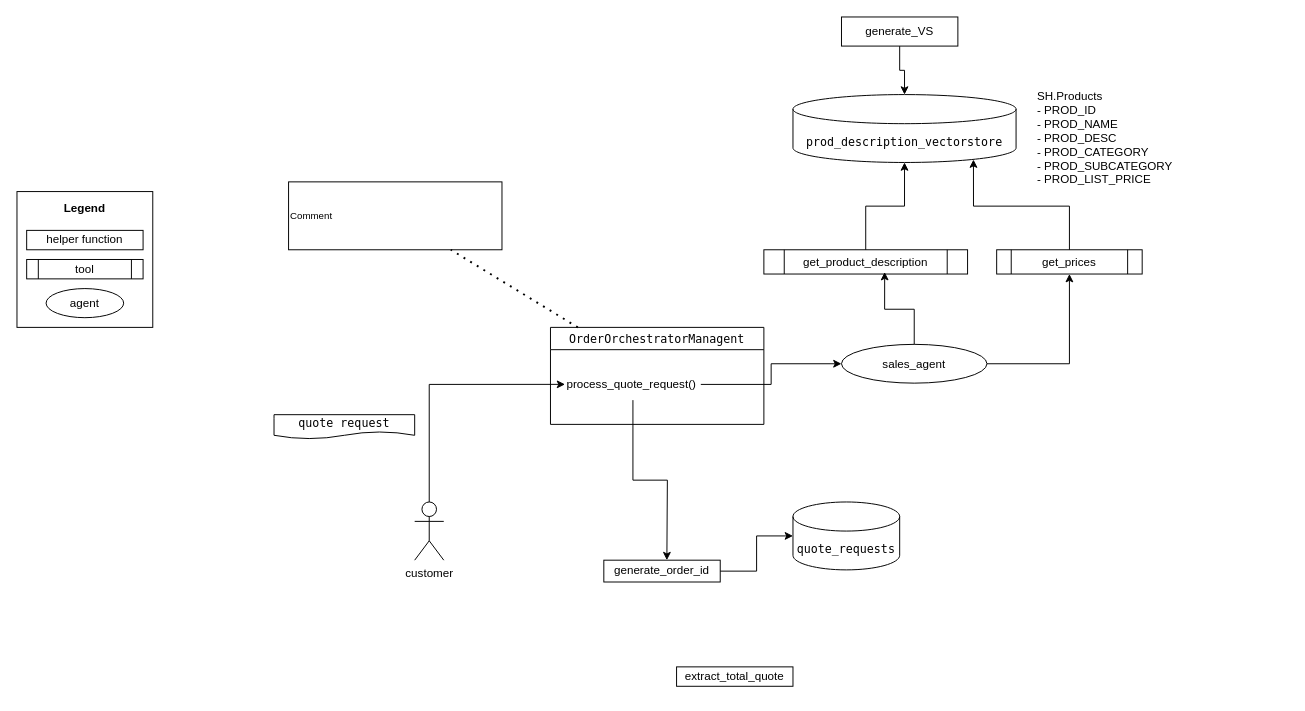
Before: Project.drawio in corradodebari/wayflow_samples, a draw.io diagram. Source tidied: cells renumbered, new cells numbered last; positions are measured from the earlier drawing's top-left corner, leaving out a move shared by most shapes. Both pictures are drawn from the tidied source at 97%, with x=0, y=0 at pixel (16, 16).
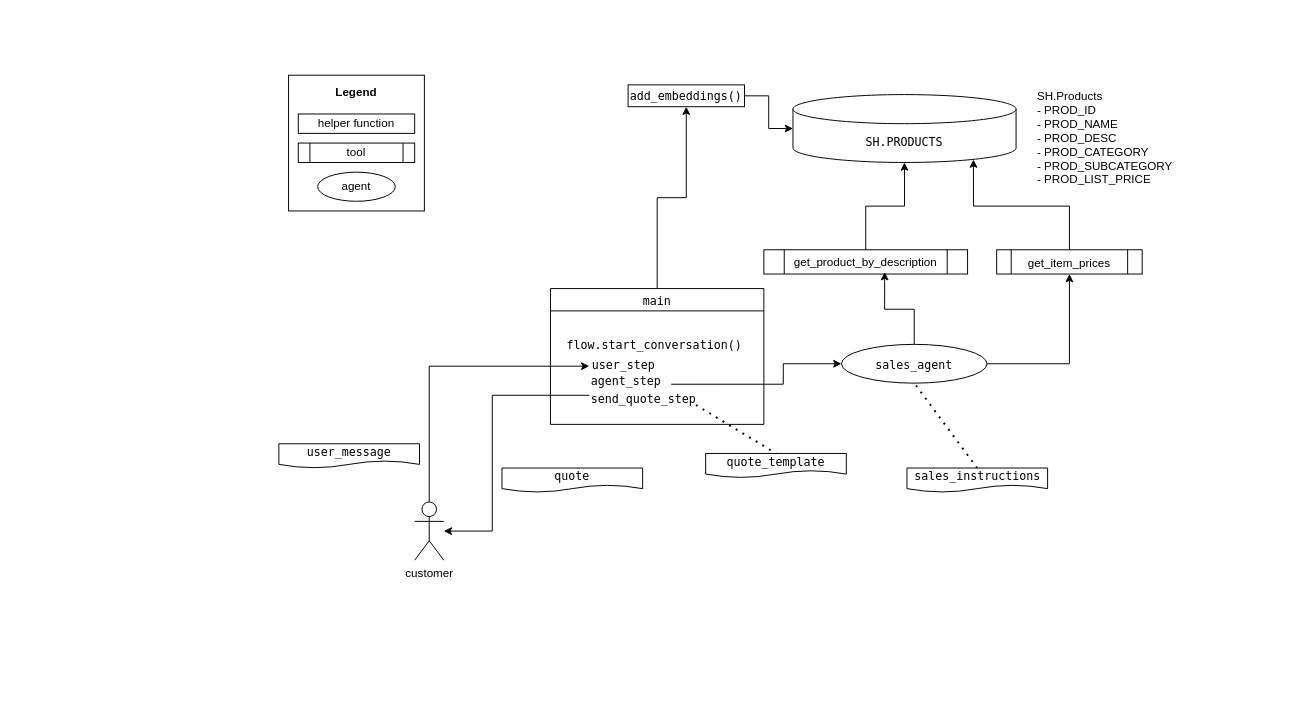
The same diagram, later.

The change refers to these unchanged cells:
```xml
<mxCell id="2" value="customer" style="shape=umlActor;verticalLabelPosition=bottom;verticalAlign=top;html=1;outlineConnect=0;" parent="1" vertex="1">
  <mxGeometry x="410" y="500" width="30" height="60" as="geometry" />
</mxCell>
```

What changed in the source:
```diff
@@
-    <mxCell id="3" value="&lt;div style=&quot;background-color: rgb(255, 255, 255); font-family: Menlo, Monaco, &amp;quot;Courier New&amp;quot;, monospace; line-height: 18px; white-space: pre;&quot;&gt;quote_requests&lt;/div&gt;" style="shape=cylinder3;whiteSpace=wrap;html=1;boundedLbl=1;backgroundOutline=1;size=15;" parent="1" vertex="1">
-      <mxGeometry x="800" y="500" width="110" height="70" as="geometry" />
-    </mxCell>
-    <mxCell id="4" value="&lt;span style=&quot;font-family: Menlo, Monaco, &amp;quot;Courier New&amp;quot;, monospace; white-space: pre; background-color: rgb(255, 255, 255);&quot;&gt;quote request&lt;/span&gt;" style="shape=document;whiteSpace=wrap;html=1;boundedLbl=1;" parent="1" vertex="1">
-      <mxGeometry x="265" y="410" width="145" height="25" as="geometry" />
+    <mxCell id="4" value="&lt;span style=&quot;font-family: Menlo, Monaco, &amp;quot;Courier New&amp;quot;, monospace; white-space: pre; background-color: rgb(255, 255, 255);&quot;&gt;user_message&lt;/span&gt;" style="shape=document;whiteSpace=wrap;html=1;boundedLbl=1;" parent="1" vertex="1">
+      <mxGeometry x="270" y="440" width="145" height="25" as="geometry" />
     </mxCell>
-    <mxCell id="5" style="edgeStyle=orthogonalEdgeStyle;rounded=0;jettySize=auto;html=1;entryX=0;entryY=0.5;entryDx=0;entryDy=0;" parent="1" edge="1" source="2" target="12">
+    <mxCell id="5" style="edgeStyle=orthogonalEdgeStyle;rounded=0;jettySize=auto;html=1;entryX=0;entryY=0;entryDx=0;entryDy=0;" parent="1" edge="1" source="2" target="38">
       <mxGeometry relative="1" as="geometry">
         <Array as="points">
-          <mxPoint x="425" y="539" />
+          <mxPoint x="425" y="360" />
         </Array>
       </mxGeometry>
     </mxCell>
+    <mxCell id="36" style="edgeStyle=orthogonalEdgeStyle;rounded=0;jettySize=auto;html=1;" parent="1" edge="1" source="6" target="29">
+      <mxGeometry relative="1" as="geometry" />
+    </mxCell>
-    <mxCell id="6" value="generate_order_id" style="rounded=0;whiteSpace=wrap;html=1;" parent="1" vertex="1">
-      <mxGeometry x="605" y="560" width="120" height="22.5" as="geometry" />
+    <mxCell id="6" value="&lt;div style=&quot;background-color: rgb(255, 255, 255); font-family: Menlo, Monaco, &amp;quot;Courier New&amp;quot;, monospace; line-height: 18px; white-space: pre;&quot;&gt;add_embeddings()&lt;/div&gt;" style="rounded=0;whiteSpace=wrap;html=1;" parent="1" vertex="1">
+      <mxGeometry x="630" y="70" width="120" height="22.5" as="geometry" />
     </mxCell>
-    <mxCell id="7" value="&lt;span style=&quot;text-align: left; white-space: pre; background-color: rgb(255, 255, 255);&quot;&gt;&lt;font face=&quot;Helvetica&quot;&gt;get_product_description&lt;/font&gt;&lt;/span&gt;" style="shape=process;whiteSpace=wrap;html=1;backgroundOutline=1;" parent="1" vertex="1">
+    <mxCell id="7" value="&lt;span style=&quot;text-align: left; white-space: pre; background-color: rgb(255, 255, 255);&quot;&gt;&lt;font face=&quot;Helvetica&quot;&gt;get_product_by_description&lt;/font&gt;&lt;/span&gt;" style="shape=process;whiteSpace=wrap;html=1;backgroundOutline=1;" parent="1" vertex="1">
       <mxGeometry x="770" y="240" width="210" height="25" as="geometry" />
     </mxCell>
@@
-    <mxCell id="9" value="sales_agent" style="ellipse;whiteSpace=wrap;html=1;" parent="1" vertex="1">
+    <mxCell id="9" value="&lt;div style=&quot;background-color: rgb(255, 255, 255); font-family: Menlo, Monaco, &amp;quot;Courier New&amp;quot;, monospace; line-height: 18px; white-space: pre;&quot;&gt;sales_agent&lt;/div&gt;" style="ellipse;whiteSpace=wrap;html=1;" parent="1" vertex="1">
       <mxGeometry x="850" y="337.5" width="150" height="40" as="geometry" />
     </mxCell>
@@
+    <mxCell id="37" style="edgeStyle=orthogonalEdgeStyle;rounded=0;jettySize=auto;html=1;entryX=0.5;entryY=1;entryDx=0;entryDy=0;" parent="1" edge="1" source="11" target="6">
+      <mxGeometry relative="1" as="geometry" />
+    </mxCell>
-    <mxCell id="11" value="&lt;div style=&quot;background-color: rgb(255, 255, 255); font-family: Menlo, Monaco, &amp;quot;Courier New&amp;quot;, monospace; font-weight: normal; line-height: 18px; white-space: pre;&quot;&gt;OrderOrchestratorManagent&lt;/div&gt;" style="swimlane;whiteSpace=wrap;html=1;" parent="1" vertex="1">
-      <mxGeometry x="550" y="320" width="220" height="100" as="geometry" />
+    <mxCell id="11" value="&lt;div style=&quot;background-color: rgb(255, 255, 255); font-family: Menlo, Monaco, &amp;quot;Courier New&amp;quot;, monospace; font-weight: normal; line-height: 18px; white-space: pre;&quot;&gt;main&lt;/div&gt;" style="swimlane;whiteSpace=wrap;html=1;" parent="1" vertex="1">
+      <mxGeometry x="550" y="280" width="220" height="140" as="geometry" />
     </mxCell>
-    <mxCell id="12" value="&lt;div style=&quot;color: rgb(0, 0, 0); background-color: rgb(255, 255, 255); font-weight: normal; font-size: 12px; line-height: 18px; white-space: pre;&quot;&gt;&lt;div style=&quot;&quot;&gt;&lt;span style=&quot;color: rgb(0, 0, 0);&quot;&gt;&lt;font face=&quot;Helvetica&quot;&gt;process_quote_request()&lt;/font&gt;&lt;/span&gt;&lt;/div&gt;&lt;/div&gt;" style="text;whiteSpace=wrap;html=1;" parent="11" vertex="1">
+    <mxCell id="12" value="&lt;div style=&quot;color: rgb(0, 0, 0); background-color: rgb(255, 255, 255); font-weight: normal; font-size: 12px; line-height: 18px; white-space: pre;&quot;&gt;&lt;div style=&quot;&quot;&gt;&lt;div style=&quot;font-family: Menlo, Monaco, &amp;quot;Courier New&amp;quot;, monospace; line-height: 18px;&quot;&gt;flow.start_conversation()&lt;/div&gt;&lt;/div&gt;&lt;/div&gt;" style="text;whiteSpace=wrap;html=1;" parent="11" vertex="1">
       <mxGeometry x="15" y="42.5" width="140" height="32.5" as="geometry" />
     </mxCell>
-    <mxCell id="13" style="edgeStyle=orthogonalEdgeStyle;rounded=0;jettySize=auto;html=1;" parent="1" edge="1" source="12">
-      <mxGeometry relative="1" as="geometry">
-        <mxPoint x="670" y="560" as="targetPoint" />
-      </mxGeometry>
-    </mxCell>
-    <mxCell id="14" value="extract_total_quote" style="whiteSpace=wrap;html=1;" parent="1" vertex="1">
-      <mxGeometry x="680" y="670" width="120" height="20" as="geometry" />
-    </mxCell>
+    <mxCell id="38" value="&lt;div style=&quot;color: #000000;background-color: #ffffff;font-family: Menlo, Monaco, 'Courier New', monospace;font-weight: normal;font-size: 12px;line-height: 18px;white-space: pre;&quot;&gt;&lt;div&gt;&lt;span style=&quot;color: #000000;&quot;&gt;agent_step&lt;/span&gt;&lt;/div&gt;&lt;/div&gt;" style="text;whiteSpace=wrap;html=1;" parent="11" vertex="1">
+      <mxGeometry x="40" y="80" width="110" height="42" as="geometry" />
+    </mxCell>
+    <mxCell id="39" value="&lt;div style=&quot;color: #000000;background-color: #ffffff;font-family: Menlo, Monaco, 'Courier New', monospace;font-weight: normal;font-size: 12px;line-height: 18px;white-space: pre;&quot;&gt;&lt;div&gt;&lt;span style=&quot;color: #000000;&quot;&gt;send_quote_step&lt;/span&gt;&lt;/div&gt;&lt;/div&gt;" style="text;whiteSpace=wrap;html=1;" parent="11" vertex="1">
+      <mxGeometry x="40" y="97.5" width="140" height="40" as="geometry" />
+    </mxCell>
+    <mxCell id="40" value="&lt;div style=&quot;color: #000000;background-color: #ffffff;font-family: Menlo, Monaco, 'Courier New', monospace;font-weight: normal;font-size: 12px;line-height: 18px;white-space: pre;&quot;&gt;&lt;div&gt;&lt;span style=&quot;color: #000000;&quot;&gt;user_step&lt;/span&gt;&lt;/div&gt;&lt;/div&gt;" style="text;whiteSpace=wrap;html=1;" parent="11" vertex="1">
+      <mxGeometry x="41" y="62.5" width="100" height="40" as="geometry" />
+    </mxCell>
-    <mxCell id="15" style="edgeStyle=orthogonalEdgeStyle;rounded=0;orthogonalLoop=1;jettySize=auto;html=1;exitX=0.5;exitY=1;exitDx=0;exitDy=0;" parent="1" edge="1" source="14" target="14">
-      <mxGeometry relative="1" as="geometry" />
+    <mxCell id="15" style="edgeStyle=orthogonalEdgeStyle;rounded=0;orthogonalLoop=1;jettySize=auto;html=1;exitX=0.5;exitY=1;exitDx=0;exitDy=0;" parent="1" edge="1">
+      <mxGeometry relative="1" as="geometry">
+        <mxPoint x="740" y="690" as="sourcePoint" />
+        <mxPoint x="740" y="690" as="targetPoint" />
+      </mxGeometry>
     </mxCell>
@@
-    <mxCell id="18" value="&lt;span style=&quot;font-size: 10px;&quot;&gt;Comment&lt;/span&gt;" style="text;html=1;whiteSpace=wrap;strokeColor=default;fillColor=none;align=left;verticalAlign=middle;rounded=0;" parent="1" vertex="1">
-      <mxGeometry x="280" y="170" width="220" height="70" as="geometry" />
-    </mxCell>
-    <mxCell id="19" style="edgeStyle=orthogonalEdgeStyle;rounded=0;orthogonalLoop=1;jettySize=auto;html=1;exitX=0.5;exitY=1;exitDx=0;exitDy=0;" parent="1" edge="1" source="18" target="18">
-      <mxGeometry relative="1" as="geometry" />
+    <mxCell id="19" style="edgeStyle=orthogonalEdgeStyle;rounded=0;orthogonalLoop=1;jettySize=auto;html=1;exitX=0.5;exitY=1;exitDx=0;exitDy=0;" parent="1" edge="1">
+      <mxGeometry relative="1" as="geometry">
+        <mxPoint x="390" y="240" as="sourcePoint" />
+        <mxPoint x="390" y="240" as="targetPoint" />
+      </mxGeometry>
     </mxCell>
-    <mxCell id="20" style="endArrow=none;dashed=1;html=1;dashPattern=1 3;strokeWidth=2;rounded=0;" parent="1" edge="1" source="11" target="18">
-      <mxGeometry relative="1" as="geometry" />
-    </mxCell>
     <mxCell id="21" style="group;" parent="1" vertex="1">
-      <mxGeometry y="180" width="140" height="140" as="geometry" />
+      <mxGeometry x="280" y="60" width="140" height="140" as="geometry" />
     </mxCell>
@@
-    <mxCell id="27" style="edgeStyle=orthogonalEdgeStyle;rounded=0;jettySize=auto;html=1;entryX=0;entryY=0.5;entryDx=0;entryDy=0;entryPerimeter=0;" parent="1" edge="1" source="6" target="3">
-      <mxGeometry relative="1" as="geometry" />
-    </mxCell>
-    <mxCell id="28" value="&lt;span style=&quot;text-align: left; white-space: pre; background-color: rgb(255, 255, 255);&quot;&gt;&lt;font face=&quot;Helvetica&quot;&gt;get_prices&lt;/font&gt;&lt;/span&gt;" style="shape=process;whiteSpace=wrap;html=1;backgroundOutline=1;" parent="1" vertex="1">
+    <mxCell id="28" value="&lt;div style=&quot;background-color: rgb(255, 255, 255); line-height: 18px; white-space: pre;&quot;&gt;&lt;font face=&quot;Helvetica&quot;&gt;get_item_prices&lt;/font&gt;&lt;/div&gt;" style="shape=process;whiteSpace=wrap;html=1;backgroundOutline=1;" parent="1" vertex="1">
       <mxGeometry x="1010" y="240" width="150" height="25" as="geometry" />
     </mxCell>
-    <mxCell id="29" value="&lt;div style=&quot;background-color: rgb(255, 255, 255); font-family: Menlo, Monaco, &amp;quot;Courier New&amp;quot;, monospace; line-height: 18px; white-space: pre;&quot;&gt;prod_description_vectorstore&lt;/div&gt;" style="shape=cylinder3;whiteSpace=wrap;html=1;boundedLbl=1;backgroundOutline=1;size=15;" parent="1" vertex="1">
+    <mxCell id="29" value="&lt;div style=&quot;background-color: rgb(255, 255, 255); font-family: Menlo, Monaco, &amp;quot;Courier New&amp;quot;, monospace; line-height: 18px; white-space: pre;&quot;&gt;SH.PRODUCTS&lt;/div&gt;" style="shape=cylinder3;whiteSpace=wrap;html=1;boundedLbl=1;backgroundOutline=1;size=15;" parent="1" vertex="1">
       <mxGeometry x="800" y="80" width="230" height="70" as="geometry" />
     </mxCell>
@@
-    <mxCell id="32" style="edgeStyle=orthogonalEdgeStyle;rounded=0;jettySize=auto;html=1;" parent="1" edge="1" source="33" target="29">
-      <mxGeometry relative="1" as="geometry" />
-    </mxCell>
-    <mxCell id="33" value="generate_VS" style="rounded=0;whiteSpace=wrap;html=1;" parent="1" vertex="1">
-      <mxGeometry x="850" width="120" height="30" as="geometry" />
-    </mxCell>
-    <mxCell id="34" style="edgeStyle=orthogonalEdgeStyle;rounded=0;jettySize=auto;html=1;entryX=0;entryY=0.5;entryDx=0;entryDy=0;" parent="1" edge="1" source="12" target="9">
+    <mxCell id="34" style="edgeStyle=orthogonalEdgeStyle;rounded=0;jettySize=auto;html=1;entryX=0;entryY=0.5;entryDx=0;entryDy=0;exitX=0.603;exitY=0.028;exitDx=0;exitDy=0;exitPerimeter=0;" parent="1" edge="1" source="39" target="9">
       <mxGeometry relative="1" as="geometry" />
     </mxCell>
@@
+    <mxCell id="41" style="edgeStyle=orthogonalEdgeStyle;rounded=0;jettySize=auto;html=1;" parent="1" edge="1" source="39" target="2">
+      <mxGeometry relative="1" as="geometry">
+        <Array as="points">
+          <mxPoint x="490" y="390" />
+          <mxPoint x="490" y="530" />
+        </Array>
+      </mxGeometry>
+    </mxCell>
+    <mxCell id="42" value="&lt;span style=&quot;font-family: Menlo, Monaco, &amp;quot;Courier New&amp;quot;, monospace; white-space: pre; background-color: rgb(255, 255, 255);&quot;&gt;quote&lt;/span&gt;" style="shape=document;whiteSpace=wrap;html=1;boundedLbl=1;" parent="1" vertex="1">
+      <mxGeometry x="500" y="465" width="145" height="25" as="geometry" />
+    </mxCell>
+    <mxCell id="43" value="&lt;span style=&quot;font-family: Menlo, Monaco, &amp;quot;Courier New&amp;quot;, monospace; text-align: left; white-space: pre; background-color: rgb(255, 255, 255);&quot;&gt;sales_instructions&lt;/span&gt;" style="shape=document;whiteSpace=wrap;html=1;boundedLbl=1;" parent="1" vertex="1">
+      <mxGeometry x="917.5" y="465" width="145" height="25" as="geometry" />
+    </mxCell>
+    <mxCell id="44" style="endArrow=none;dashed=1;html=1;dashPattern=1 3;strokeWidth=2;rounded=0;exitX=0.5;exitY=0;exitDx=0;exitDy=0;entryX=0.5;entryY=1;entryDx=0;entryDy=0;" parent="1" edge="1" source="43" target="9">
+      <mxGeometry relative="1" as="geometry" />
+    </mxCell>
+    <mxCell id="45" value="&lt;span style=&quot;font-family: Menlo, Monaco, &amp;quot;Courier New&amp;quot;, monospace; text-align: left; white-space: pre; background-color: rgb(255, 255, 255);&quot;&gt;quote_template&lt;/span&gt;" style="shape=document;whiteSpace=wrap;html=1;boundedLbl=1;" parent="1" vertex="1">
+      <mxGeometry x="710" y="450" width="145" height="25" as="geometry" />
+    </mxCell>
+    <mxCell id="46" style="endArrow=none;dashed=1;html=1;dashPattern=1 3;strokeWidth=2;rounded=0;entryX=0.5;entryY=0;entryDx=0;entryDy=0;" parent="1" edge="1" target="45">
+      <mxGeometry relative="1" as="geometry">
+        <mxPoint x="700" y="400" as="sourcePoint" />
+      </mxGeometry>
+    </mxCell>
```
